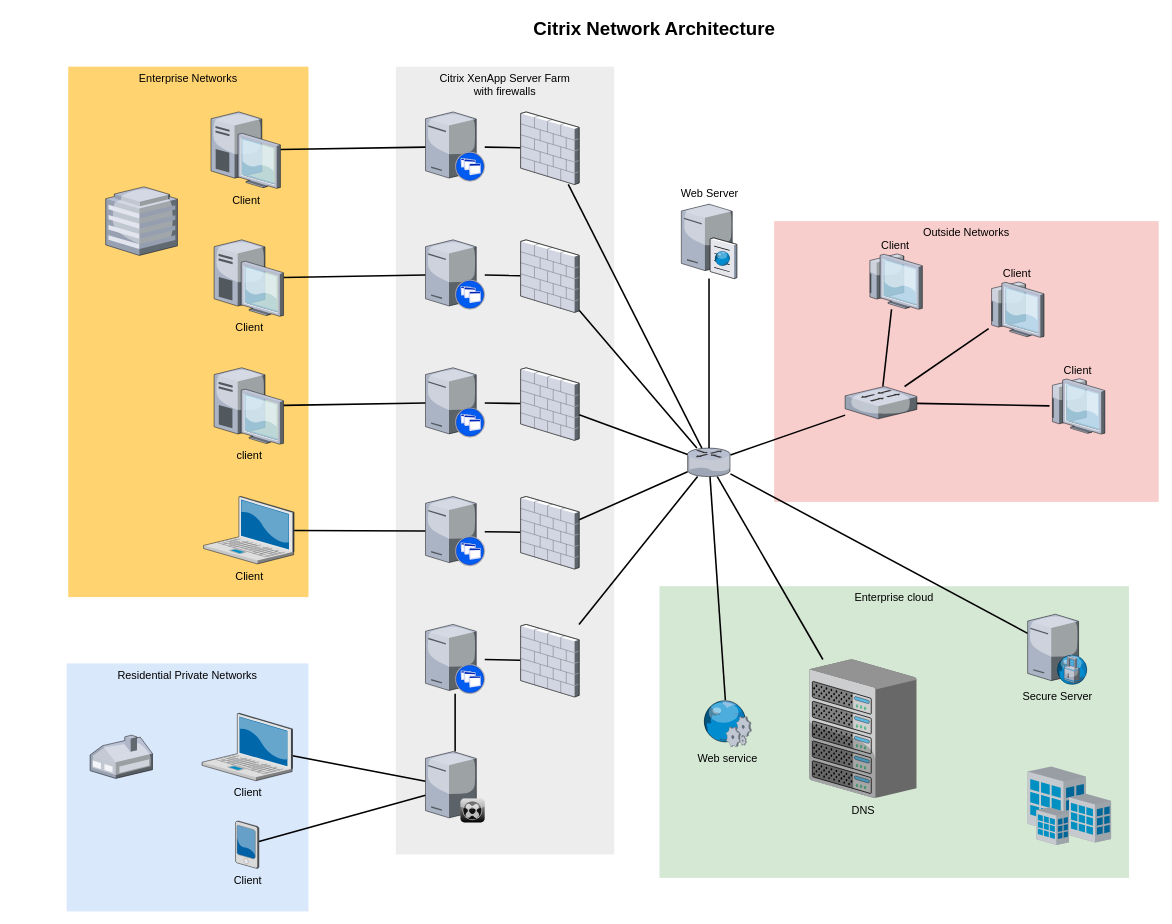
Above: 未命名绘图.drawio in WYK24/blogImage (draw.io), before the change. Source tidied: cells renumbered, new cells numbered last; positions are measured from the earlier drawing's top-left corner, leaving out a move shared by most shapes. Both pictures are drawn from the tidied source at 78%, with x=0, y=0 at pixel (66, 13).
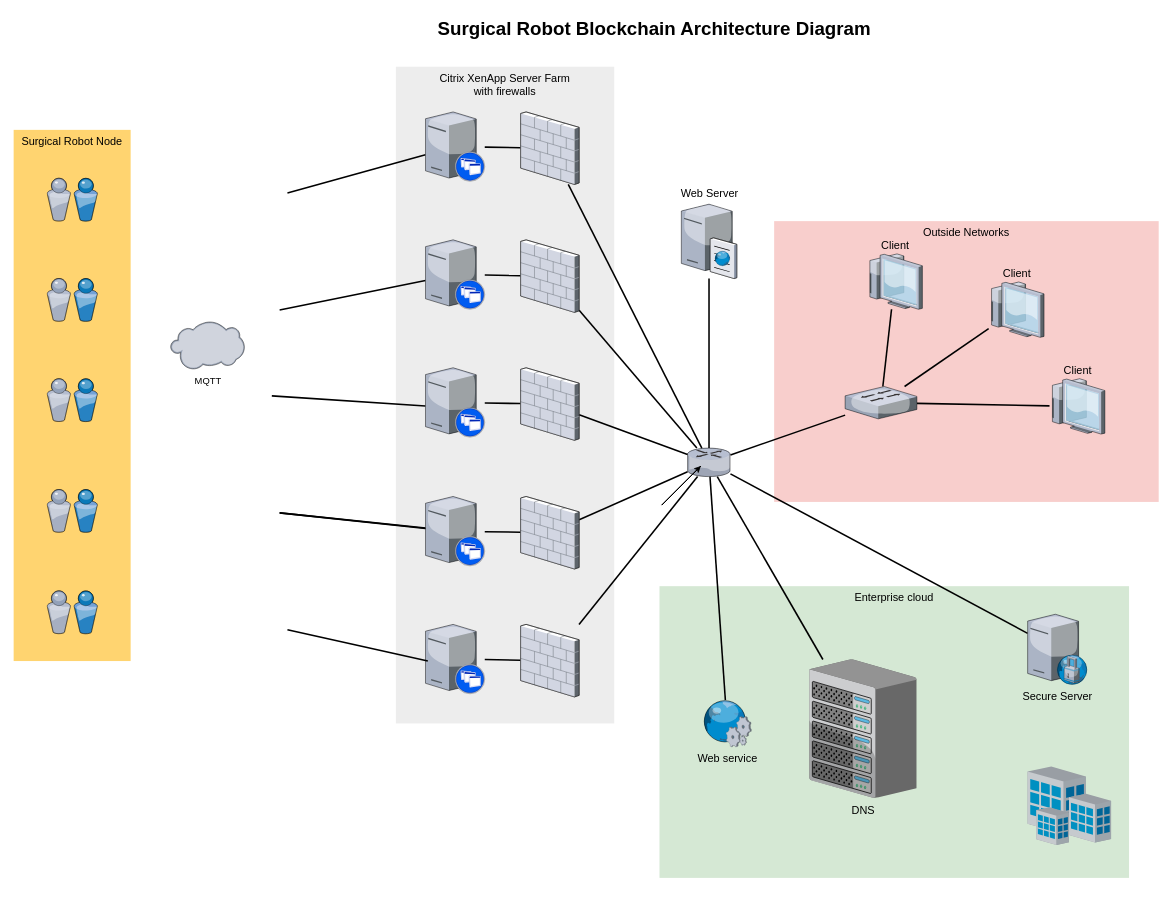
After the change.

Unchanged cells that the change refers to:
```xml
<mxCell id="20" style="verticalLabelPosition=bottom;html=1;verticalAlign=top;strokeColor=none;shape=mxgraph.citrix.xenapp_server;fillColor=#66B2FF;gradientColor=#0066CC;fontSize=14;" parent="1" vertex="1">
  <mxGeometry x="460" y="783" width="76" height="89" as="geometry" />
</mxCell>
<mxCell id="22" style="verticalLabelPosition=bottom;html=1;verticalAlign=top;strokeColor=none;shape=mxgraph.citrix.xenapp_server;fillColor=#66B2FF;gradientColor=#0066CC;fontSize=14;" parent="1" vertex="1">
  <mxGeometry x="460" y="619" width="76" height="89" as="geometry" />
</mxCell>
<mxCell id="24" style="verticalLabelPosition=bottom;html=1;verticalAlign=top;strokeColor=none;shape=mxgraph.citrix.xenapp_server;fillColor=#66B2FF;gradientColor=#0066CC;fontSize=14;" parent="1" vertex="1">
  <mxGeometry x="460" y="454" width="76" height="89" as="geometry" />
</mxCell>
<mxCell id="26" style="verticalLabelPosition=bottom;html=1;verticalAlign=top;strokeColor=none;shape=mxgraph.citrix.xenapp_server;fillColor=#66B2FF;gradientColor=#0066CC;fontSize=14;" parent="1" vertex="1">
  <mxGeometry x="460" y="290" width="76" height="89" as="geometry" />
</mxCell>
<mxCell id="28" style="verticalLabelPosition=bottom;html=1;verticalAlign=top;strokeColor=none;shape=mxgraph.citrix.xenapp_server;fillColor=#66B2FF;gradientColor=#0066CC;fontSize=14;" parent="1" vertex="1">
  <mxGeometry x="460" y="126" width="76" height="89" as="geometry" />
</mxCell>
```

The edit, as a diff of the source:
```diff
@@
     <mxCell id="4" value="Citrix XenApp Server Farm&lt;div&gt;with firewalls&lt;/div&gt;" style="whiteSpace=wrap;html=1;fillColor=#EDEDED;fontSize=14;strokeColor=none;verticalAlign=top;" parent="1" vertex="1">
-      <mxGeometry x="422" y="68" width="280" height="1010" as="geometry" />
+      <mxGeometry x="422" y="68" width="280" height="842" as="geometry" />
     </mxCell>
-    <mxCell id="5" value="Residential Private Networks" style="whiteSpace=wrap;html=1;fillColor=#dae8fc;fontSize=14;strokeColor=none;verticalAlign=top;" parent="1" vertex="1">
-      <mxGeometry y="833" width="310" height="318" as="geometry" />
-    </mxCell>
-    <mxCell id="6" value="Enterprise Networks" style="whiteSpace=wrap;html=1;fillColor=#FFD470;gradientColor=none;fontSize=14;strokeColor=none;verticalAlign=top;" parent="1" vertex="1">
-      <mxGeometry x="2" y="68" width="308" height="680" as="geometry" />
+    <mxCell id="6" value="Surgical Robot Node" style="whiteSpace=wrap;html=1;fillColor=#FFD470;gradientColor=none;fontSize=14;strokeColor=none;verticalAlign=top;" parent="1" vertex="1">
+      <mxGeometry x="-68" y="149" width="150" height="681" as="geometry" />
     </mxCell>
-    <mxCell id="7" style="edgeStyle=none;rounded=0;html=1;startSize=10;endSize=10;jettySize=auto;fontSize=14;endArrow=none;endFill=0;strokeWidth=2;" parent="1" edge="1" source="8" target="35">
-      <mxGeometry relative="1" as="geometry" />
-    </mxCell>
-    <mxCell id="8" value="Client" style="verticalLabelPosition=bottom;html=1;verticalAlign=top;strokeColor=none;shape=mxgraph.citrix.laptop_2;fillColor=#66B2FF;gradientColor=#0066CC;fontSize=14;" parent="1" vertex="1">
-      <mxGeometry x="173.5" y="897" width="116" height="86.5" as="geometry" />
-    </mxCell>
-    <mxCell id="9" style="edgeStyle=none;rounded=0;html=1;startSize=10;endSize=10;jettySize=auto;fontSize=14;endArrow=none;endFill=0;strokeWidth=2;" parent="1" edge="1" source="10" target="22">
-      <mxGeometry relative="1" as="geometry" />
+    <mxCell id="9" style="edgeStyle=none;rounded=0;html=1;startSize=10;endSize=10;jettySize=auto;fontSize=14;endArrow=none;endFill=0;strokeWidth=2;" parent="1" edge="1" target="22">
+      <mxGeometry relative="1" as="geometry">
+        <mxPoint x="273" y="640" as="sourcePoint" />
+      </mxGeometry>
     </mxCell>
-    <mxCell id="10" value="Client" style="verticalLabelPosition=bottom;html=1;verticalAlign=top;strokeColor=none;shape=mxgraph.citrix.laptop_2;fillColor=#66B2FF;gradientColor=#0066CC;fontSize=14;" parent="1" vertex="1">
-      <mxGeometry x="175.5" y="619" width="116" height="86.5" as="geometry" />
-    </mxCell>
-    <mxCell id="11" style="edgeStyle=none;rounded=0;html=1;startSize=10;endSize=10;jettySize=auto;fontSize=14;endArrow=none;endFill=0;strokeWidth=2;" parent="1" edge="1" source="12" target="24">
-      <mxGeometry relative="1" as="geometry" />
+    <mxCell id="11" style="edgeStyle=none;rounded=0;html=1;startSize=10;endSize=10;jettySize=auto;orthogonalLoop=1;fontSize=14;endArrow=none;endFill=0;strokeWidth=2;" parent="1" edge="1">
+      <mxGeometry relative="1" as="geometry">
+        <mxPoint x="263" y="490" as="sourcePoint" />
+        <mxPoint x="460" y="503.1" as="targetPoint" />
+      </mxGeometry>
     </mxCell>
-    <mxCell id="12" value="client" style="verticalLabelPosition=bottom;html=1;verticalAlign=top;strokeColor=none;shape=mxgraph.citrix.desktop;fillColor=#66B2FF;gradientColor=#0066CC;fontSize=14;" parent="1" vertex="1">
-      <mxGeometry x="189" y="454" width="89" height="98" as="geometry" />
-    </mxCell>
-    <mxCell id="13" style="edgeStyle=none;rounded=0;html=1;startSize=10;endSize=10;jettySize=auto;fontSize=14;endArrow=none;endFill=0;strokeWidth=2;" parent="1" edge="1" source="14" target="26">
-      <mxGeometry relative="1" as="geometry" />
+    <mxCell id="13" style="edgeStyle=none;rounded=0;html=1;startSize=10;endSize=10;jettySize=auto;fontSize=14;endArrow=none;endFill=0;strokeWidth=2;" parent="1" edge="1" target="26">
+      <mxGeometry relative="1" as="geometry">
+        <mxPoint x="273" y="380" as="sourcePoint" />
+      </mxGeometry>
     </mxCell>
-    <mxCell id="14" value="Client" style="verticalLabelPosition=bottom;html=1;verticalAlign=top;strokeColor=none;shape=mxgraph.citrix.desktop;fillColor=#66B2FF;gradientColor=#0066CC;fontSize=14;" parent="1" vertex="1">
-      <mxGeometry x="189" y="290" width="89" height="98" as="geometry" />
-    </mxCell>
-    <mxCell id="15" style="edgeStyle=none;rounded=0;html=1;startSize=10;endSize=10;jettySize=auto;fontSize=14;endArrow=none;endFill=0;strokeWidth=2;" parent="1" edge="1" source="16" target="28">
-      <mxGeometry relative="1" as="geometry" />
+    <mxCell id="15" style="edgeStyle=none;rounded=0;html=1;startSize=10;endSize=10;jettySize=auto;fontSize=14;endArrow=none;endFill=0;strokeWidth=2;" parent="1" edge="1" target="28">
+      <mxGeometry relative="1" as="geometry">
+        <mxPoint x="283" y="230" as="sourcePoint" />
+      </mxGeometry>
     </mxCell>
-    <mxCell id="16" value="Client" style="verticalLabelPosition=bottom;html=1;verticalAlign=top;strokeColor=none;shape=mxgraph.citrix.desktop;fillColor=#66B2FF;gradientColor=#0066CC;fontSize=14;" parent="1" vertex="1">
-      <mxGeometry x="185" y="126" width="89" height="98" as="geometry" />
-    </mxCell>
-    <mxCell id="17" style="edgeStyle=none;rounded=0;html=1;startSize=10;endSize=10;jettySize=auto;fontSize=14;endArrow=none;endFill=0;strokeWidth=2;" parent="1" edge="1" source="18" target="35">
-      <mxGeometry relative="1" as="geometry" />
-    </mxCell>
-    <mxCell id="18" value="Client" style="verticalLabelPosition=bottom;html=1;verticalAlign=top;strokeColor=none;shape=mxgraph.citrix.pda;fillColor=#66B2FF;gradientColor=#0066CC;fontSize=14;" parent="1" vertex="1">
-      <mxGeometry x="216.5" y="1035" width="30" height="61" as="geometry" />
-    </mxCell>
@@
-    <mxCell id="34" style="edgeStyle=none;rounded=0;html=1;startSize=10;endSize=10;jettySize=auto;fontSize=14;endArrow=none;endFill=0;strokeWidth=2;" parent="1" edge="1" source="35" target="20">
-      <mxGeometry relative="1" as="geometry" />
-    </mxCell>
-    <mxCell id="35" style="verticalLabelPosition=bottom;html=1;verticalAlign=top;strokeColor=none;shape=mxgraph.citrix.xenclient_synchronizer;fillColor=#CCCCCC;gradientColor=#000000;gradientDirection=south;fontSize=14;" parent="1" vertex="1">
-      <mxGeometry x="460" y="946" width="76" height="91" as="geometry" />
-    </mxCell>
@@
-    <mxCell id="48" style="verticalLabelPosition=bottom;html=1;verticalAlign=top;strokeColor=none;shape=mxgraph.citrix.home_office;fillColor=#66B2FF;gradientColor=#0066CC;fontSize=14;" parent="1" vertex="1">
-      <mxGeometry x="30" y="925" width="80" height="55.5" as="geometry" />
-    </mxCell>
-    <mxCell id="49" style="verticalLabelPosition=bottom;html=1;verticalAlign=top;strokeColor=none;shape=mxgraph.citrix.hq_enterprise;fillColor=#66B2FF;gradientColor=#0066CC;fontSize=14;" parent="1" vertex="1">
-      <mxGeometry x="50" y="222" width="92" height="88" as="geometry" />
-    </mxCell>
@@
-    <mxCell id="61" value="Citrix Network Architecture" style="text;strokeColor=none;fillColor=none;html=1;fontSize=24;fontStyle=1;verticalAlign=middle;align=center;" parent="1" vertex="1">
+    <mxCell id="61" value="Surgical Robot Blockchain Architecture Diagram" style="text;strokeColor=none;fillColor=none;html=1;fontSize=24;fontStyle=1;verticalAlign=middle;align=center;" parent="1" vertex="1">
       <mxGeometry x="322" width="861" height="40" as="geometry" />
     </mxCell>
+    <mxCell id="62" style="edgeStyle=orthogonalEdgeStyle;rounded=0;orthogonalLoop=1;jettySize=auto;html=1;exitX=0.5;exitY=1;exitDx=0;exitDy=0;" parent="1" edge="1" source="4" target="4">
+      <mxGeometry relative="1" as="geometry" />
+    </mxCell>
+    <mxCell id="63" style="edgeStyle=none;rounded=0;html=1;startSize=10;endSize=10;jettySize=auto;orthogonalLoop=1;fontSize=14;endArrow=none;endFill=0;strokeWidth=2;" parent="1" edge="1">
+      <mxGeometry relative="1" as="geometry">
+        <mxPoint x="273" y="640" as="sourcePoint" />
+        <mxPoint x="460" y="660" as="targetPoint" />
+      </mxGeometry>
+    </mxCell>
+    <mxCell id="64" style="endArrow=none;html=1;rounded=0;" parent="1" edge="1">
+      <mxGeometry relative="1" as="geometry">
+        <mxPoint x="763" y="630" as="sourcePoint" />
+        <mxPoint x="813" y="580" as="targetPoint" />
+      </mxGeometry>
+    </mxCell>
+    <mxCell id="65" style="endArrow=classic;html=1;rounded=0;" parent="1" edge="1">
+      <mxGeometry relative="1" as="geometry">
+        <mxPoint x="763" y="630" as="sourcePoint" />
+        <mxPoint x="813" y="580" as="targetPoint" />
+      </mxGeometry>
+    </mxCell>
+    <mxCell id="66" style="endArrow=none;html=1;rounded=0;" parent="1" edge="1">
+      <mxGeometry relative="1" as="geometry">
+        <mxPoint x="763" y="630" as="sourcePoint" />
+        <mxPoint x="813" y="580" as="targetPoint" />
+      </mxGeometry>
+    </mxCell>
+    <mxCell id="67" style="endArrow=none;html=1;rounded=0;" parent="1" edge="1">
+      <mxGeometry relative="1" as="geometry">
+        <mxPoint x="763" y="630" as="sourcePoint" />
+        <mxPoint x="813" y="580" as="targetPoint" />
+      </mxGeometry>
+    </mxCell>
+    <mxCell id="68" style="endArrow=none;html=1;rounded=0;" parent="1" edge="1">
+      <mxGeometry relative="1" as="geometry">
+        <mxPoint x="763" y="630" as="sourcePoint" />
+        <mxPoint x="813" y="580" as="targetPoint" />
+      </mxGeometry>
+    </mxCell>
+    <mxCell id="69" style="edgeStyle=none;rounded=0;html=1;startSize=10;endSize=10;jettySize=auto;orthogonalLoop=1;fontSize=14;endArrow=none;endFill=0;strokeWidth=2;" parent="1" edge="1">
+      <mxGeometry relative="1" as="geometry">
+        <mxPoint x="283" y="790" as="sourcePoint" />
+        <mxPoint x="463" y="830" as="targetPoint" />
+      </mxGeometry>
+    </mxCell>
+    <mxCell id="70" style="verticalLabelPosition=bottom;sketch=0;html=1;verticalAlign=top;strokeColor=none;align=center;shape=mxgraph.citrix.users;" parent="1" vertex="1">
+      <mxGeometry x="-25.2" y="211" width="64.5" height="55" as="geometry" />
+    </mxCell>
+    <mxCell id="71" style="verticalLabelPosition=bottom;sketch=0;html=1;verticalAlign=top;strokeColor=none;align=center;shape=mxgraph.citrix.users;" parent="1" vertex="1">
+      <mxGeometry x="-25.2" y="339.5" width="64.5" height="55" as="geometry" />
+    </mxCell>
+    <mxCell id="72" style="verticalLabelPosition=bottom;sketch=0;html=1;verticalAlign=top;strokeColor=none;align=center;shape=mxgraph.citrix.users;" parent="1" vertex="1">
+      <mxGeometry x="-25.2" y="468" width="64.5" height="55" as="geometry" />
+    </mxCell>
+    <mxCell id="73" style="verticalLabelPosition=bottom;sketch=0;html=1;verticalAlign=top;strokeColor=none;align=center;shape=mxgraph.citrix.users;" parent="1" vertex="1">
+      <mxGeometry x="-25.2" y="610" width="64.5" height="55" as="geometry" />
+    </mxCell>
+    <mxCell id="74" style="verticalLabelPosition=bottom;sketch=0;html=1;verticalAlign=top;strokeColor=none;align=center;shape=mxgraph.citrix.users;" parent="1" vertex="1">
+      <mxGeometry x="-25.2" y="740" width="64.5" height="55" as="geometry" />
+    </mxCell>
+    <mxCell id="75" value="MQTT" style="verticalLabelPosition=bottom;sketch=0;html=1;verticalAlign=top;strokeColor=none;align=center;shape=mxgraph.citrix.cloud;" parent="1" vertex="1">
+      <mxGeometry x="133" y="394.5" width="95" height="62" as="geometry" />
+    </mxCell>
```
